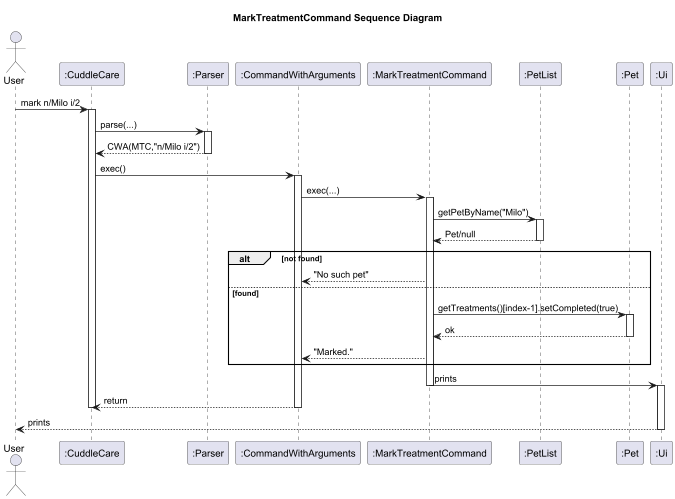
Before: docs/diagrams/MarkTreatmentCommand_Sequence_Diagram.png, a diagram exported from PlantUML (Kevin88866/tp).
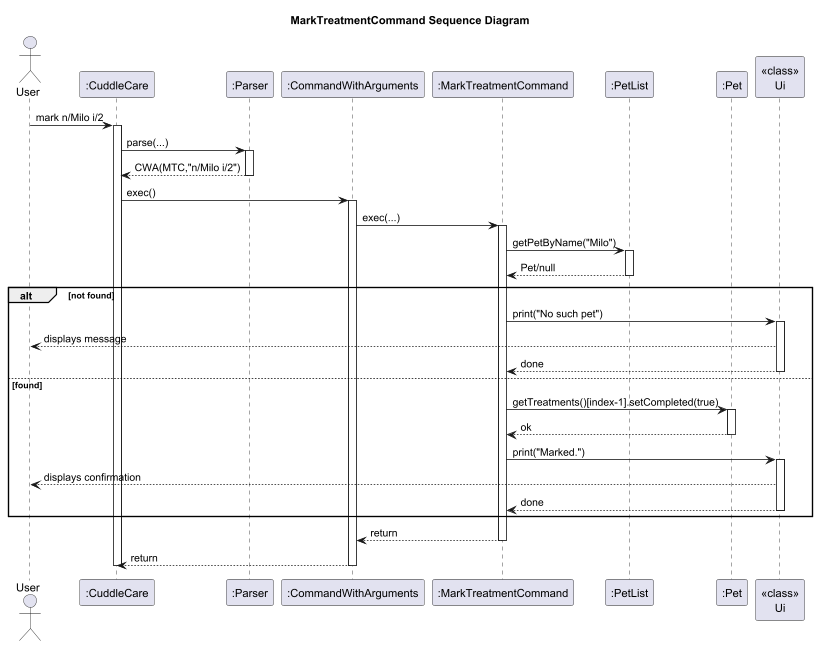
The same diagram one commit later.

What changed in the source:
```diff
@@ -7,7 +7,7 @@
 participant ":MarkTreatmentCommand" as MTC
 participant ":PetList" as PetList
 participant ":Pet" as Pet
-participant ":Ui" as Ui
+participant "<<class>>\nUi" as Ui
 
 User -> CuddleCare : mark n/Milo i/2
 activate CuddleCare
@@ -26,20 +26,26 @@
 deactivate PetList
 
 alt not found
-  MTC --> CWA : "No such pet"
+  MTC -> Ui : print("No such pet")
+  activate Ui
+  Ui --> User : displays message
+  Ui --> MTC : done
+  deactivate Ui
 else found
   MTC -> Pet : getTreatments()[index-1].setCompleted(true)
   activate Pet
   Pet --> MTC : ok
   deactivate Pet
-  MTC --> CWA : "Marked."
+  MTC -> Ui : print("Marked.")
+  activate Ui
+  Ui --> User : displays confirmation
+  Ui --> MTC : done
+  deactivate Ui
 end
-  MTC -> Ui : prints
+
+MTC --> CWA : return
 deactivate MTC
-activate Ui
 CWA --> CuddleCare : return
 deactivate CWA
 deactivate CuddleCare
-Ui --> User : prints
-deactivate Ui
 @enduml
```
